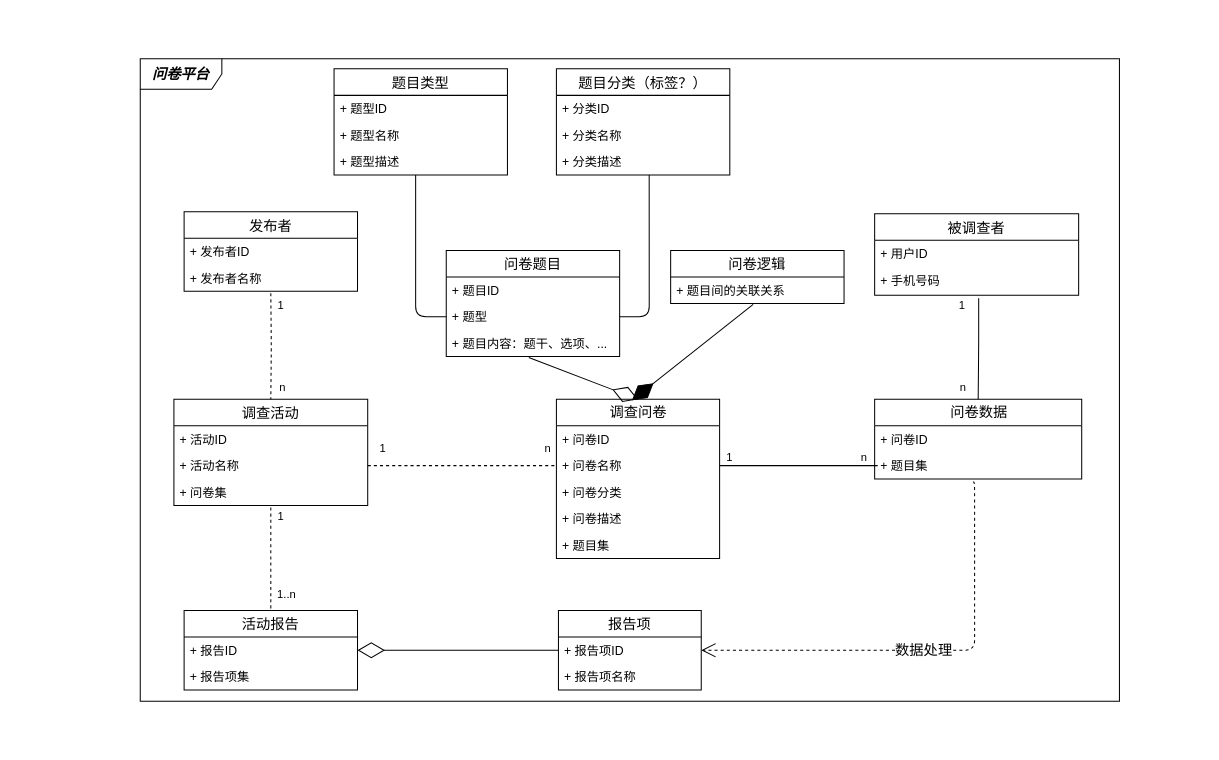
TinlerLin/nd.exercises keeps this draw.io diagram as 教育部问卷系统 Diagram.drawio. Above is the earlier version. Source tidied: cells renumbered, new cells numbered last; positions are measured from the earlier drawing's top-left corner, leaving out a move shared by most shapes. Both pictures are drawn from the tidied source at 102%, with x=0, y=0 at pixel (140, 58).
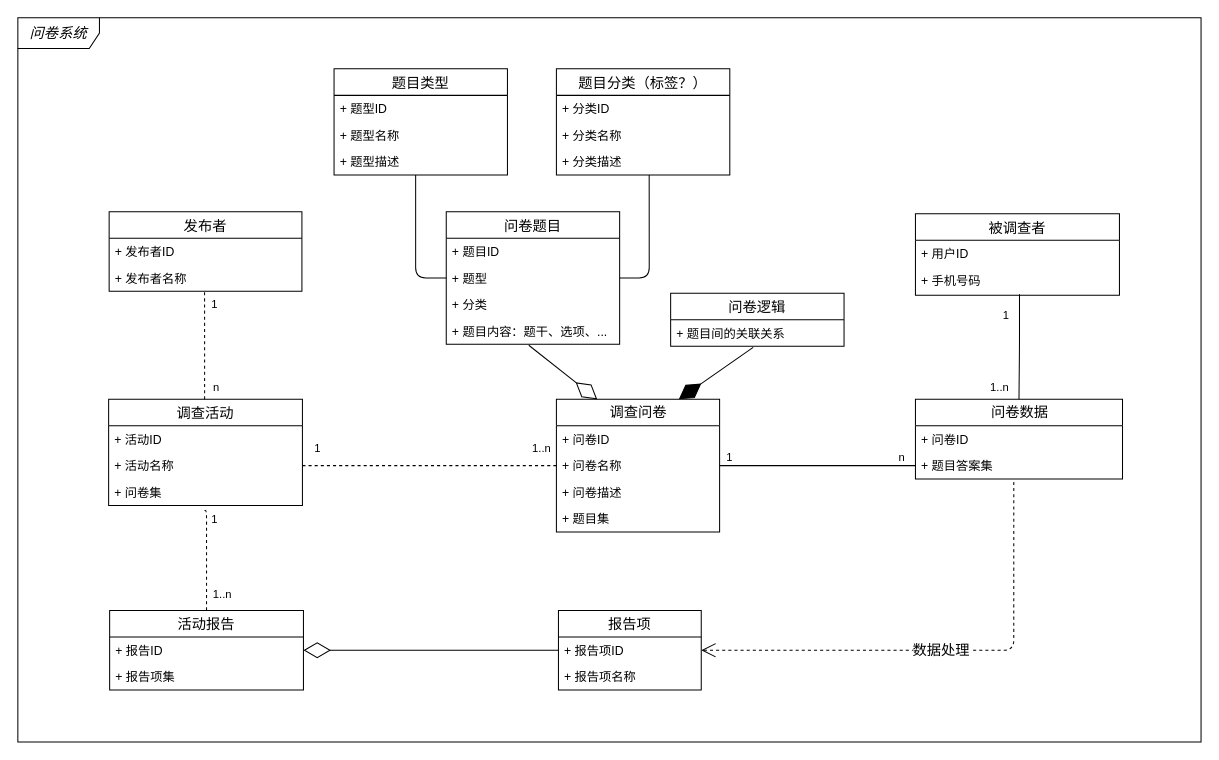
The same page after the edit.

Commit message:
Update 教育部问卷系统 Diagram.drawio

Unchanged cells that the change refers to:
```xml
<mxCell id="5" value="+ 问卷名称" style="text;html=1;strokeColor=none;fillColor=none;align=left;verticalAlign=top;spacingLeft=4;spacingRight=4;whiteSpace=wrap;overflow=hidden;points=[[0,0.5],[1,0.5]];portConstraint=eastwest;" parent="3" vertex="1">
  <mxGeometry y="52" width="160" height="26" as="geometry" />
</mxCell>
<mxCell id="11" value="+ 题型" style="text;strokeColor=none;fillColor=none;align=left;verticalAlign=top;spacingLeft=4;spacingRight=4;overflow=hidden;points=[[0,0.5],[1,0.5]];portConstraint=eastwest;" parent="9" vertex="1">
  <mxGeometry y="52" width="170" height="26" as="geometry" />
</mxCell>
<mxCell id="19" value="+ 手机号码" style="text;strokeColor=none;fillColor=none;align=left;verticalAlign=top;spacingLeft=4;spacingRight=4;overflow=hidden;points=[[0,0.5],[1,0.5]];portConstraint=eastwest;" parent="17" vertex="1">
  <mxGeometry y="52" width="200" height="28" as="geometry" />
</mxCell>
<mxCell id="32" value="+ 问卷集" style="text;strokeColor=none;fillColor=none;align=left;verticalAlign=top;spacingLeft=4;spacingRight=4;overflow=hidden;points=[[0,0.5],[1,0.5]];portConstraint=eastwest;" parent="29" vertex="1">
  <mxGeometry y="78" width="190" height="26" as="geometry" />
</mxCell>
<mxCell id="33" style="endArrow=none;html=1;edgeStyle=orthogonalEdgeStyle;dashed=1;fontSize=14;entryX=0;entryY=0.5;entryDx=0;entryDy=0;exitX=1;exitY=0.5;exitDx=0;exitDy=0;" parent="1" edge="1" source="31" target="5">
  <mxGeometry relative="1" as="geometry" />
</mxCell>
<mxCell id="43" value="+ 报告项ID" style="text;strokeColor=none;fillColor=none;align=left;verticalAlign=top;spacingLeft=4;spacingRight=4;overflow=hidden;points=[[0,0.5],[1,0.5]];portConstraint=eastwest;" parent="42" vertex="1">
  <mxGeometry y="26" width="140" height="26" as="geometry" />
</mxCell>
<mxCell id="50" value="+ 题型描述" style="text;strokeColor=none;fillColor=none;align=left;verticalAlign=top;spacingLeft=4;spacingRight=4;overflow=hidden;points=[[0,0.5],[1,0.5]];portConstraint=eastwest;" parent="47" vertex="1">
  <mxGeometry y="78" width="170" height="26" as="geometry" />
</mxCell>
<mxCell id="61" value="+ 题目间的关联关系" style="text;strokeColor=none;fillColor=none;align=left;verticalAlign=top;spacingLeft=4;spacingRight=4;overflow=hidden;points=[[0,0.5],[1,0.5]];portConstraint=eastwest;" parent="60" vertex="1">
  <mxGeometry y="26" width="170" height="26" as="geometry" />
</mxCell>
```

The edit, as a diff of the source:
```diff
@@
-    <mxCell id="2" value="&lt;b&gt;&lt;i&gt;问卷平台&lt;/i&gt;&lt;/b&gt;" style="shape=umlFrame;whiteSpace=wrap;html=1;fontSize=14;width=80;height=30;" parent="1" vertex="1">
-      <mxGeometry width="960" height="630" as="geometry" />
+    <mxCell id="2" value="&lt;i&gt;问卷系统&lt;/i&gt;" style="shape=umlFrame;whiteSpace=wrap;html=1;fontSize=14;width=80;height=30;" parent="1" vertex="1">
+      <mxGeometry x="-120" y="-40" width="1160" height="710" as="geometry" />
     </mxCell>
     <mxCell id="3" value="&lt;div style=&quot;line-height: 1.75 ; text-align: left&quot;&gt;&lt;font style=&quot;font-size: 14px&quot;&gt;调查问卷&lt;/font&gt;&lt;/div&gt;" style="swimlane;html=1;fontStyle=0;horizontal=1;startSize=26;fillColor=none;swimlaneFillColor=#ffffff;rounded=0;shadow=0;comic=0;labelBackgroundColor=none;strokeWidth=1;fontFamily=Verdana;fontSize=10;align=center;" parent="1" vertex="1">
-      <mxGeometry x="408" y="334" width="160" height="156" as="geometry" />
+      <mxGeometry x="408" y="334" width="160" height="130" as="geometry" />
     </mxCell>
@@
-    <mxCell id="6" value="+ 问卷分类" style="text;html=1;strokeColor=none;fillColor=none;align=left;verticalAlign=top;spacingLeft=4;spacingRight=4;whiteSpace=wrap;overflow=hidden;" parent="3" vertex="1">
-      <mxGeometry y="78" width="160" height="26" as="geometry" />
-    </mxCell>
     <mxCell id="7" value="+ 问卷描述" style="text;html=1;strokeColor=none;fillColor=none;align=left;verticalAlign=top;spacingLeft=4;spacingRight=4;whiteSpace=wrap;overflow=hidden;" parent="3" vertex="1">
-      <mxGeometry y="104" width="160" height="26" as="geometry" />
+      <mxGeometry y="78" width="160" height="26" as="geometry" />
     </mxCell>
     <mxCell id="8" value="+ 题目集" style="text;html=1;strokeColor=none;fillColor=none;align=left;verticalAlign=top;spacingLeft=4;spacingRight=4;whiteSpace=wrap;overflow=hidden;" parent="3" vertex="1">
-      <mxGeometry y="130" width="160" height="26" as="geometry" />
+      <mxGeometry y="104" width="160" height="26" as="geometry" />
     </mxCell>
     <mxCell id="9" value="问卷题目" style="swimlane;fontStyle=0;horizontal=1;startSize=26;fillColor=none;fontSize=14;" parent="1" vertex="1">
-      <mxGeometry x="300" y="188" width="170" height="104" as="geometry" />
+      <mxGeometry x="300" y="150" width="170" height="130" as="geometry" />
     </mxCell>
@@
+    <mxCell id="63" value="+ 分类" style="text;strokeColor=none;fillColor=none;align=left;verticalAlign=top;spacingLeft=4;spacingRight=4;overflow=hidden;" parent="9" vertex="1">
+      <mxGeometry y="78" width="170" height="26" as="geometry" />
+    </mxCell>
     <mxCell id="12" value="+ 题目内容：题干、选项、..." style="text;strokeColor=none;fillColor=none;align=left;verticalAlign=top;spacingLeft=4;spacingRight=4;overflow=hidden;points=[[0,0.5],[1,0.5]];portConstraint=eastwest;" parent="9" vertex="1">
-      <mxGeometry y="78" width="170" height="26" as="geometry" />
+      <mxGeometry y="104" width="170" height="26" as="geometry" />
     </mxCell>
-    <mxCell id="13" style="endArrow=diamondThin;endFill=0;endSize=24;html=1;entryX=0.5;entryY=0;entryDx=0;entryDy=0;exitX=0.476;exitY=1.038;exitDx=0;exitDy=0;exitPerimeter=0;" parent="1" edge="1" source="12" target="3">
+    <mxCell id="13" style="endArrow=diamondThin;endFill=0;endSize=24;html=1;entryX=0.25;entryY=0;entryDx=0;entryDy=0;exitX=0.476;exitY=1.038;exitDx=0;exitDy=0;exitPerimeter=0;" parent="1" edge="1" source="12" target="3">
       <mxGeometry relative="1" as="geometry" />
     </mxCell>
     <mxCell id="14" value="活动报告" style="swimlane;fontStyle=0;horizontal=1;startSize=26;fillColor=none;fontSize=14;" parent="1" vertex="1">
-      <mxGeometry x="43" y="541" width="170" height="78" as="geometry" />
+      <mxGeometry x="-30" y="541" width="190" height="78" as="geometry" />
     </mxCell>
     <mxCell id="15" value="+ 报告ID" style="text;strokeColor=none;fillColor=none;align=left;verticalAlign=top;spacingLeft=4;spacingRight=4;overflow=hidden;points=[[0,0.5],[1,0.5]];portConstraint=eastwest;" parent="14" vertex="1">
-      <mxGeometry y="26" width="170" height="26" as="geometry" />
+      <mxGeometry y="26" width="190" height="26" as="geometry" />
     </mxCell>
     <mxCell id="16" value="+ 报告项集" style="text;strokeColor=none;fillColor=none;align=left;verticalAlign=top;spacingLeft=4;spacingRight=4;overflow=hidden;" parent="14" vertex="1">
-      <mxGeometry y="52" width="170" height="26" as="geometry" />
+      <mxGeometry y="52" width="190" height="26" as="geometry" />
     </mxCell>
     <mxCell id="17" value="被调查者" style="swimlane;fontStyle=0;horizontal=1;startSize=26;fillColor=none;fontSize=14;" parent="1" vertex="1">
-      <mxGeometry x="720" y="152" width="200" height="80" as="geometry" />
+      <mxGeometry x="760" y="152" width="200" height="80" as="geometry" />
     </mxCell>
@@
     <mxCell id="20" value="&lt;div style=&quot;line-height: 1.75 ; text-align: left&quot;&gt;&lt;span style=&quot;font-size: 14px&quot;&gt;问卷数据&lt;/span&gt;&lt;/div&gt;" style="swimlane;html=1;fontStyle=0;horizontal=1;startSize=26;fillColor=none;swimlaneFillColor=#ffffff;rounded=0;shadow=0;comic=0;labelBackgroundColor=none;strokeWidth=1;fontFamily=Verdana;fontSize=10;align=center;" parent="1" vertex="1">
-      <mxGeometry x="720" y="334" width="203" height="78" as="geometry" />
+      <mxGeometry x="760" y="334" width="203" height="78" as="geometry" />
     </mxCell>
@@
-    <mxCell id="22" value="+ 题目集" style="text;html=1;strokeColor=none;fillColor=none;align=left;verticalAlign=top;spacingLeft=4;spacingRight=4;whiteSpace=wrap;overflow=hidden;points=[[0,0.5],[1,0.5]];portConstraint=eastwest;" parent="20" vertex="1">
+    <mxCell id="22" value="+ 题目答案集" style="text;html=1;strokeColor=none;fillColor=none;align=left;verticalAlign=top;spacingLeft=4;spacingRight=4;whiteSpace=wrap;overflow=hidden;points=[[0,0.5],[1,0.5]];portConstraint=eastwest;" parent="20" vertex="1">
       <mxGeometry y="52" width="203" height="26" as="geometry" />
     </mxCell>
-    <mxCell id="23" style="endArrow=none;html=1;edgeStyle=orthogonalEdgeStyle;fontSize=14;exitX=1;exitY=0.5;exitDx=0;exitDy=0;" parent="1" edge="1" source="5">
-      <mxGeometry relative="1" as="geometry">
-        <mxPoint x="723" y="399" as="targetPoint" />
-      </mxGeometry>
+    <mxCell id="23" style="endArrow=none;html=1;edgeStyle=orthogonalEdgeStyle;fontSize=14;exitX=1;exitY=0.5;exitDx=0;exitDy=0;" parent="1" edge="1" source="5" target="22">
+      <mxGeometry relative="1" as="geometry" />
     </mxCell>
@@
     <mxCell id="26" value="发布者" style="swimlane;fontStyle=0;horizontal=1;startSize=26;fillColor=none;fontSize=14;" parent="1" vertex="1">
-      <mxGeometry x="43" y="150" width="170" height="78" as="geometry" />
+      <mxGeometry x="-30.5" y="150" width="189" height="78" as="geometry" />
     </mxCell>
     <mxCell id="27" value="+ 发布者ID" style="text;strokeColor=none;fillColor=none;align=left;verticalAlign=top;spacingLeft=4;spacingRight=4;overflow=hidden;" parent="26" vertex="1">
-      <mxGeometry y="26" width="170" height="26" as="geometry" />
+      <mxGeometry y="26" width="189" height="26" as="geometry" />
     </mxCell>
     <mxCell id="28" value="+ 发布者名称" style="text;strokeColor=none;fillColor=none;align=left;verticalAlign=top;spacingLeft=4;spacingRight=4;overflow=hidden;points=[[0,0.5],[1,0.5]];portConstraint=eastwest;" parent="26" vertex="1">
-      <mxGeometry y="52" width="170" height="26" as="geometry" />
+      <mxGeometry y="52" width="189" height="26" as="geometry" />
     </mxCell>
     <mxCell id="29" value="调查活动" style="swimlane;fontStyle=0;horizontal=1;startSize=26;fillColor=none;fontSize=14;" parent="1" vertex="1">
-      <mxGeometry x="33" y="334" width="190" height="104" as="geometry" />
+      <mxGeometry x="-31" y="334" width="190" height="104" as="geometry" />
     </mxCell>
@@
-    <mxCell id="35" value="n" style="edgeLabel;html=1;align=right;verticalAlign=bottom;" parent="33" vertex="1">
+    <mxCell id="35" value="1..n" style="edgeLabel;html=1;align=right;verticalAlign=bottom;" parent="33" vertex="1">
       <mxGeometry x="1" relative="1" as="geometry">
         <mxPoint x="-5" y="-9" as="offset" />
       </mxGeometry>
     </mxCell>
-    <mxCell id="36" style="endArrow=none;html=1;edgeStyle=orthogonalEdgeStyle;dashed=1;fontSize=14;" parent="1" edge="1" target="29">
+    <mxCell id="36" style="endArrow=none;html=1;edgeStyle=orthogonalEdgeStyle;dashed=1;fontSize=14;exitX=0.495;exitY=1.038;exitDx=0;exitDy=0;exitPerimeter=0;" parent="1" edge="1" source="28" target="29">
       <mxGeometry relative="1" as="geometry">
-        <mxPoint x="128" y="230" as="sourcePoint" />
+        <Array as="points">
+          <mxPoint x="64" y="260" />
+          <mxPoint x="64" y="260" />
+        </Array>
       </mxGeometry>
     </mxCell>
@@
-    <mxCell id="39" style="endArrow=none;html=1;edgeStyle=orthogonalEdgeStyle;dashed=1;fontSize=14;entryX=0.5;entryY=0;entryDx=0;entryDy=0;" parent="1" edge="1" target="14">
+    <mxCell id="39" style="endArrow=none;html=1;edgeStyle=orthogonalEdgeStyle;dashed=1;fontSize=14;entryX=0.5;entryY=0;entryDx=0;entryDy=0;exitX=0.495;exitY=1.192;exitDx=0;exitDy=0;exitPerimeter=0;" parent="1" edge="1" source="32" target="14">
       <mxGeometry relative="1" as="geometry">
-        <mxPoint x="128" y="440" as="sourcePoint" />
         <Array as="points">
-          <mxPoint x="128" y="480" />
+          <mxPoint x="65" y="443" />
         </Array>
       </mxGeometry>
     </mxCell>
@@
     <mxCell id="46" value="数据处理" style="endArrow=open;endSize=12;dashed=1;html=1;fontSize=14;exitX=0.475;exitY=1.115;exitDx=0;exitDy=0;exitPerimeter=0;entryX=1;entryY=0.5;entryDx=0;entryDy=0;edgeStyle=orthogonalEdgeStyle;" parent="1" edge="1" source="22" target="43">
       <mxGeometry relative="1" as="geometry">
         <Array as="points">
-          <mxPoint x="818" y="580" />
+          <mxPoint x="856" y="580" />
         </Array>
       </mxGeometry>
     </mxCell>
@@
     <mxCell id="51" style="endArrow=none;html=1;edgeStyle=orthogonalEdgeStyle;fontSize=14;entryX=0;entryY=0.5;entryDx=0;entryDy=0;" parent="1" edge="1" source="50" target="11">
       <mxGeometry relative="1" as="geometry">
         <Array as="points">
-          <mxPoint x="270" y="114" />
-          <mxPoint x="270" y="253" />
+          <mxPoint x="270" y="215" />
         </Array>
       </mxGeometry>
     </mxCell>
@@
-    <mxCell id="57" style="endArrow=none;html=1;edgeStyle=orthogonalEdgeStyle;fontSize=14;entryX=0.5;entryY=0;entryDx=0;entryDy=0;" parent="1" edge="1" target="20">
+    <mxCell id="57" style="endArrow=none;html=1;edgeStyle=orthogonalEdgeStyle;fontSize=14;entryX=0.5;entryY=0;entryDx=0;entryDy=0;exitX=0.51;exitY=0.964;exitDx=0;exitDy=0;exitPerimeter=0;" parent="1" edge="1" source="19" target="20">
       <mxGeometry relative="1" as="geometry">
-        <mxPoint x="822" y="235" as="sourcePoint" />
         <Array as="points">
-          <mxPoint x="822" y="280" />
-          <mxPoint x="822" y="280" />
+          <mxPoint x="862" y="280" />
+          <mxPoint x="862" y="280" />
         </Array>
       </mxGeometry>
     </mxCell>
     <mxCell id="58" value="1" style="edgeLabel;html=1;align=left;verticalAlign=bottom;" parent="57" vertex="1">
       <mxGeometry x="-1" relative="1" as="geometry">
-        <mxPoint x="-21.1" y="15" as="offset" />
+        <mxPoint x="-18.1" y="29" as="offset" />
       </mxGeometry>
     </mxCell>
-    <mxCell id="59" value="n" style="edgeLabel;html=1;align=right;verticalAlign=bottom;" parent="57" vertex="1">
+    <mxCell id="59" value="1..n" style="edgeLabel;html=1;align=right;verticalAlign=bottom;" parent="57" vertex="1">
       <mxGeometry x="1" relative="1" as="geometry">
-        <mxPoint x="-11.9" y="-4" as="offset" />
+        <mxPoint x="-9.9" y="-4" as="offset" />
       </mxGeometry>
     </mxCell>
     <mxCell id="60" value="问卷逻辑" style="swimlane;fontStyle=0;horizontal=1;startSize=26;fillColor=none;fontSize=14;" parent="1" vertex="1">
-      <mxGeometry x="520" y="188" width="170" height="52" as="geometry" />
+      <mxGeometry x="520" y="230" width="170" height="52" as="geometry" />
     </mxCell>
@@
-    <mxCell id="62" style="endArrow=diamondThin;endFill=1;endSize=24;html=1;fontSize=14;exitX=0.476;exitY=1.038;exitDx=0;exitDy=0;exitPerimeter=0;entryX=0.463;entryY=0.006;entryDx=0;entryDy=0;entryPerimeter=0;" parent="1" edge="1" source="61" target="3">
+    <mxCell id="62" style="endArrow=diamondThin;endFill=1;endSize=24;html=1;fontSize=14;exitX=0.476;exitY=1.038;exitDx=0;exitDy=0;exitPerimeter=0;entryX=0.75;entryY=0;entryDx=0;entryDy=0;" parent="1" edge="1" source="61" target="3">
       <mxGeometry relative="1" as="geometry" />
     </mxCell>
```
